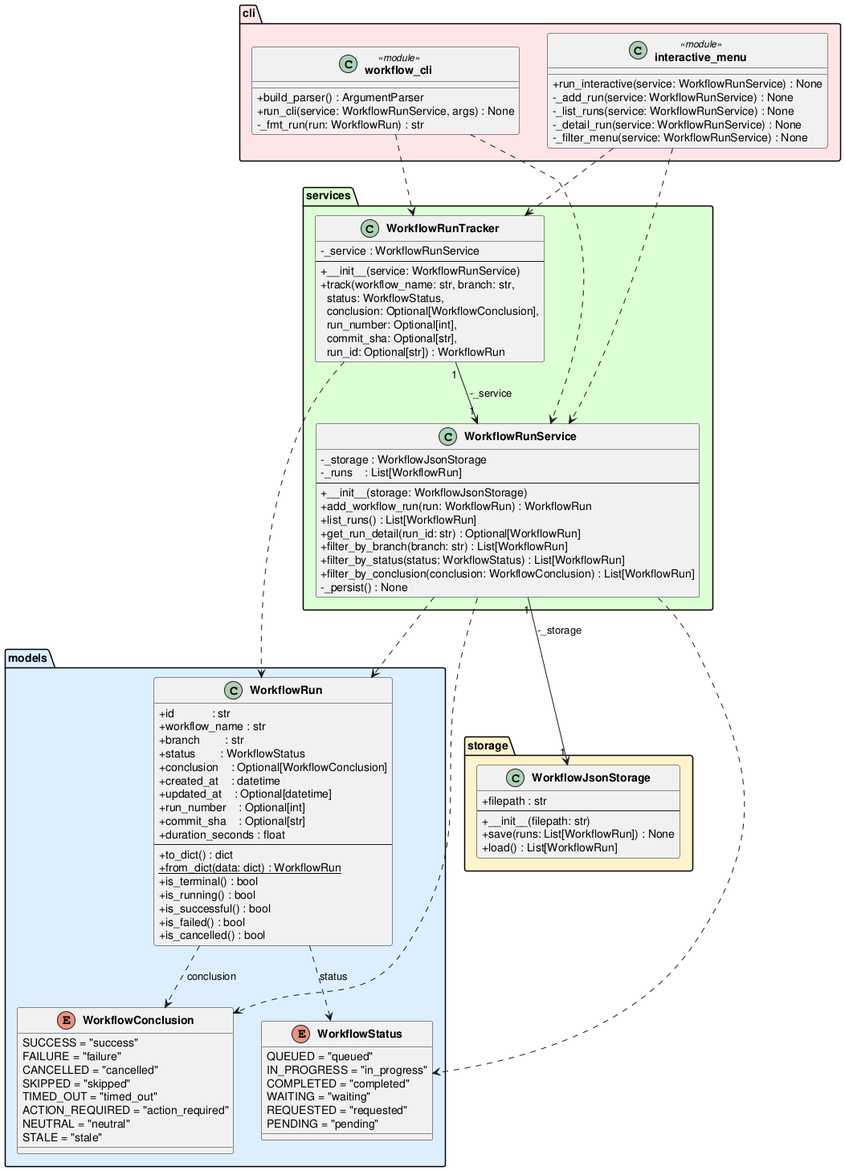
Before: experiments/supervisor_as_tools/structured_text/github-workflow-manager/artifacts/class_diagram.png, a diagram exported from PlantUML (DanielRiha8906/Software_autoevolution_using_agents).
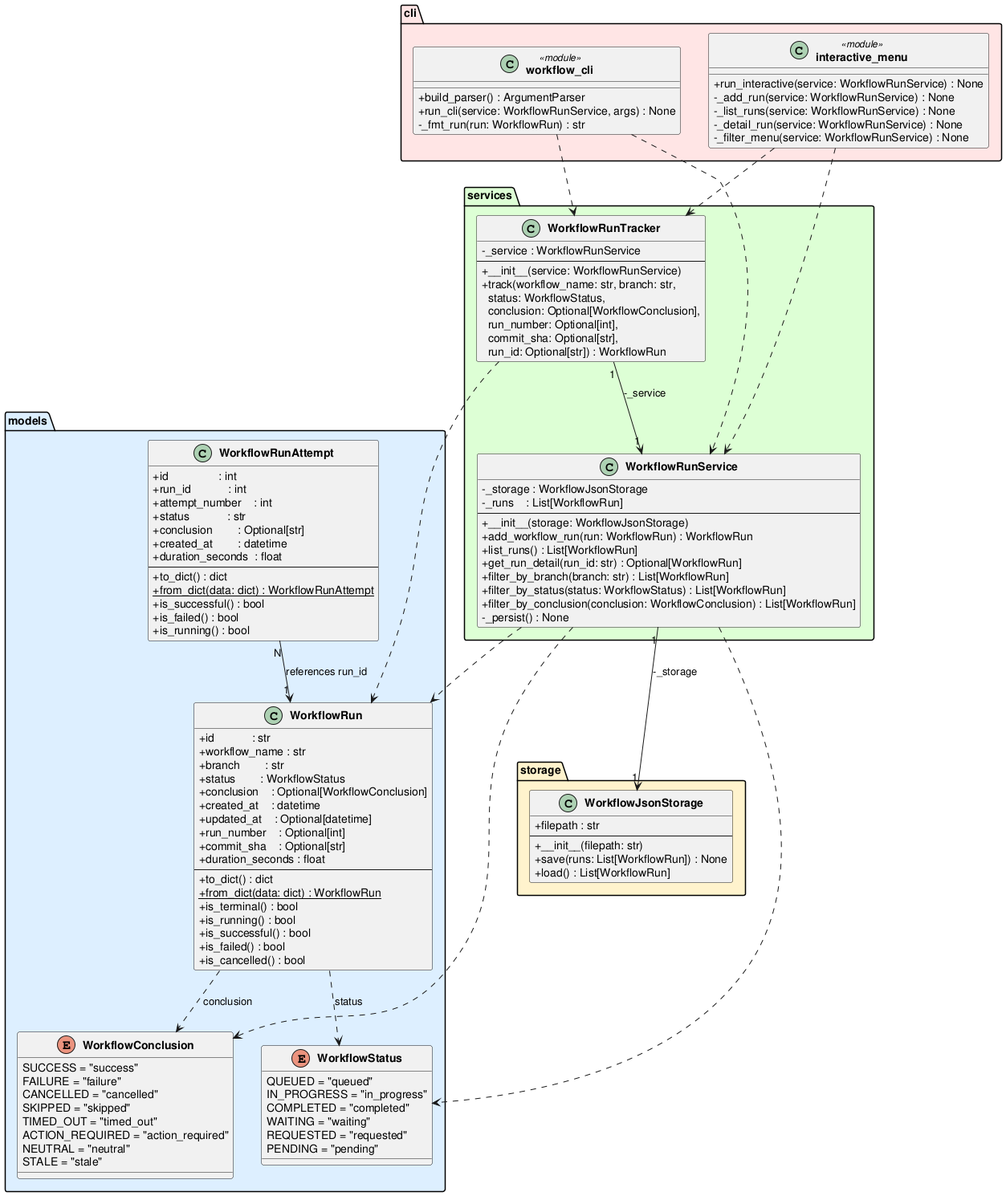
After the change.

The edit, as a diff of the source:
```diff
@@ -43,6 +43,22 @@
         +is_successful() : bool
         +is_failed() : bool
         +is_cancelled() : bool
+    }
+
+    class WorkflowRunAttempt {
+        +id                : int
+        +run_id            : int
+        +attempt_number    : int
+        +status            : str
+        +conclusion        : Optional[str]
+        +created_at        : datetime
+        +duration_seconds  : float
+        --
+        +to_dict() : dict
+        +{static} from_dict(data: dict) : WorkflowRunAttempt
+        +is_successful() : bool
+        +is_failed() : bool
+        +is_running() : bool
     }
 }
 
@@ -97,6 +113,7 @@
 
 WorkflowRun                ..>  WorkflowStatus        : status
 WorkflowRun                ..>  WorkflowConclusion    : conclusion
+WorkflowRunAttempt    "N" --> "1" WorkflowRun           : references run_id
 WorkflowRunService    "1" --> "1" WorkflowJsonStorage : -_storage
 WorkflowRunService         ..>  WorkflowRun
 WorkflowRunService         ..>  WorkflowStatus
```
